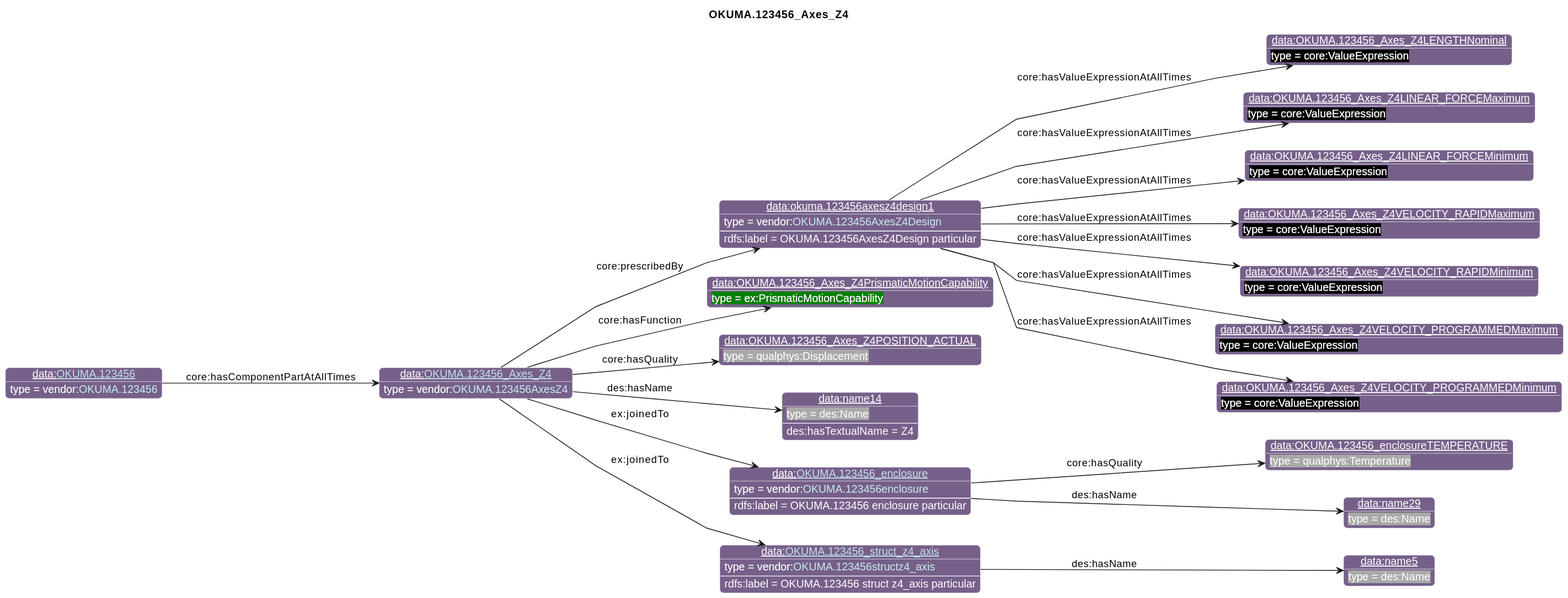
The PlantUML diagram diagrams/OKUMA.123456_Axes_Z4.svg in iofoundry/example-syseng-mtconnect, before a commit.
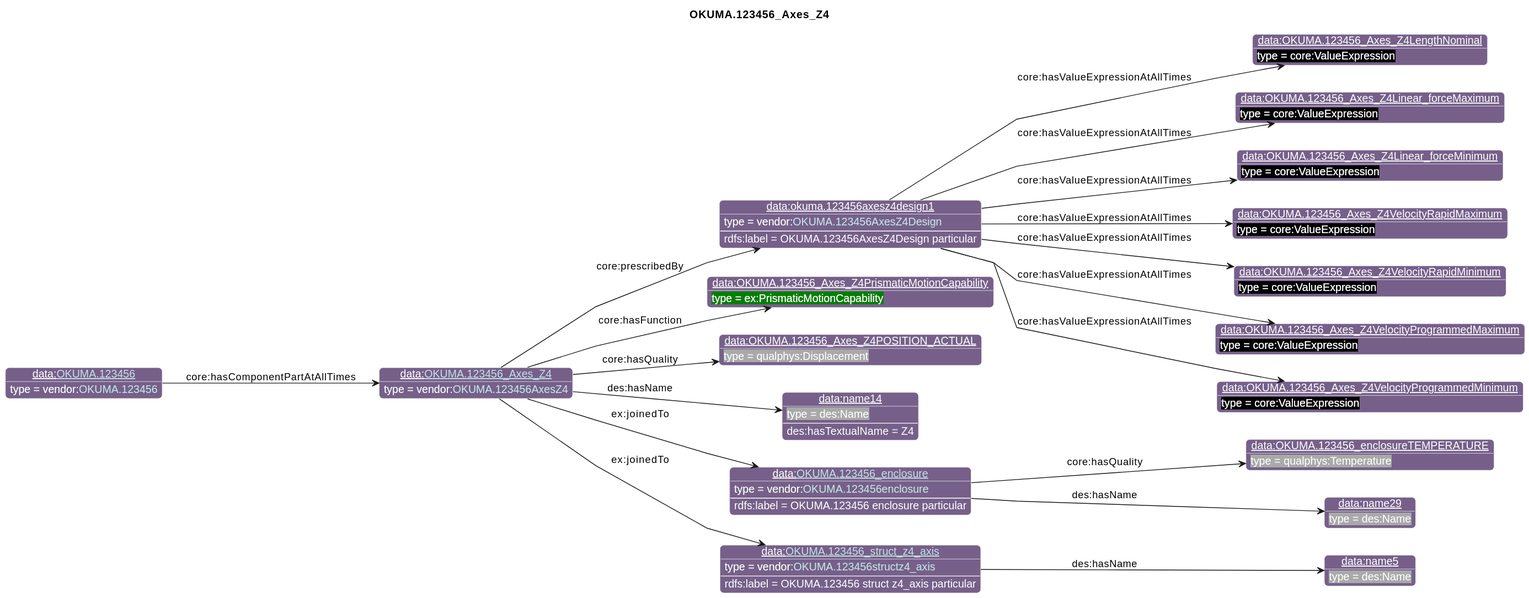
Later version of the same file.

What changed in the source:
```diff
@@ -27,13 +27,13 @@
       }
 individual(o0, data:[[./OKUMA.123456_Axes_Z4.html OKUMA.123456_Axes_Z4]], vendor:[[../OKUMA.html#OKUMA.123456AxesZ4 OKUMA.123456AxesZ4]])
 individual(o1, data:okuma.123456axesz4design1, vendor:[[../OKUMA.html#OKUMA.123456AxesZ4Design OKUMA.123456AxesZ4Design]])
-individual(o2, data:OKUMA.123456_Axes_Z4LENGTHNominal, core:ValueExpression)
-individual(o3, data:OKUMA.123456_Axes_Z4LINEAR_FORCEMaximum, core:ValueExpression)
-individual(o4, data:OKUMA.123456_Axes_Z4LINEAR_FORCEMinimum, core:ValueExpression)
-individual(o5, data:OKUMA.123456_Axes_Z4VELOCITY_RAPIDMaximum, core:ValueExpression)
-individual(o6, data:OKUMA.123456_Axes_Z4VELOCITY_RAPIDMinimum, core:ValueExpression)
-individual(o7, data:OKUMA.123456_Axes_Z4VELOCITY_PROGRAMMEDMaximum, core:ValueExpression)
-individual(o8, data:OKUMA.123456_Axes_Z4VELOCITY_PROGRAMMEDMinimum, core:ValueExpression)
+individual(o2, data:OKUMA.123456_Axes_Z4LengthNominal, core:ValueExpression)
+individual(o3, data:OKUMA.123456_Axes_Z4Linear_forceMaximum, core:ValueExpression)
+individual(o4, data:OKUMA.123456_Axes_Z4Linear_forceMinimum, core:ValueExpression)
+individual(o5, data:OKUMA.123456_Axes_Z4VelocityRapidMaximum, core:ValueExpression)
+individual(o6, data:OKUMA.123456_Axes_Z4VelocityRapidMinimum, core:ValueExpression)
+individual(o7, data:OKUMA.123456_Axes_Z4VelocityProgrammedMaximum, core:ValueExpression)
+individual(o8, data:OKUMA.123456_Axes_Z4VelocityProgrammedMinimum, core:ValueExpression)
 individual(o9, data:OKUMA.123456_Axes_Z4PrismaticMotionCapability, ex:PrismaticMotionCapability)
 individual(o10, data:OKUMA.123456_Axes_Z4POSITION_ACTUAL, qualphys:Displacement)
 individual(o11, data:name14, des:Name)
```
